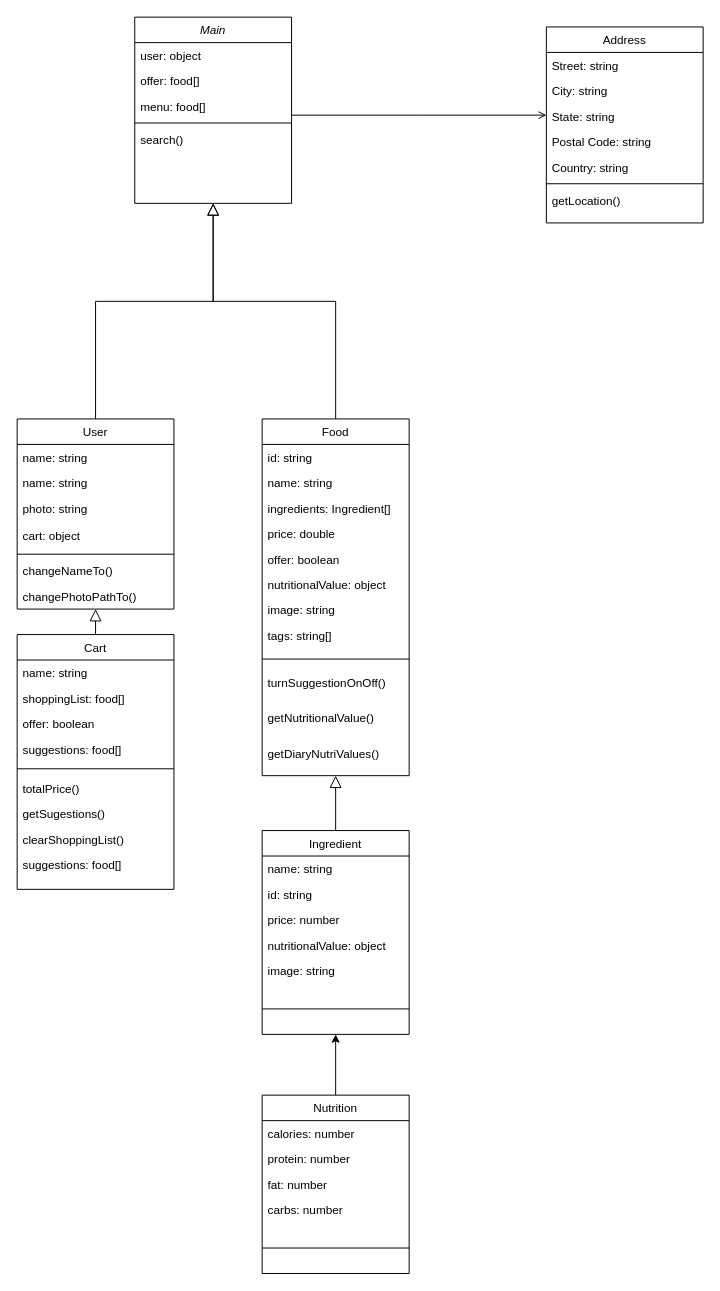
The draw.io diagram foodee/foodeeUML.drawio in TrezzeIohan/Foodee, before the edit. Source tidied: cells renumbered, new cells numbered last; positions are measured from the earlier drawing's top-left corner, leaving out a move shared by most shapes. Both pictures are drawn from the tidied source at 98%, with x=0, y=0 at pixel (17, -5).
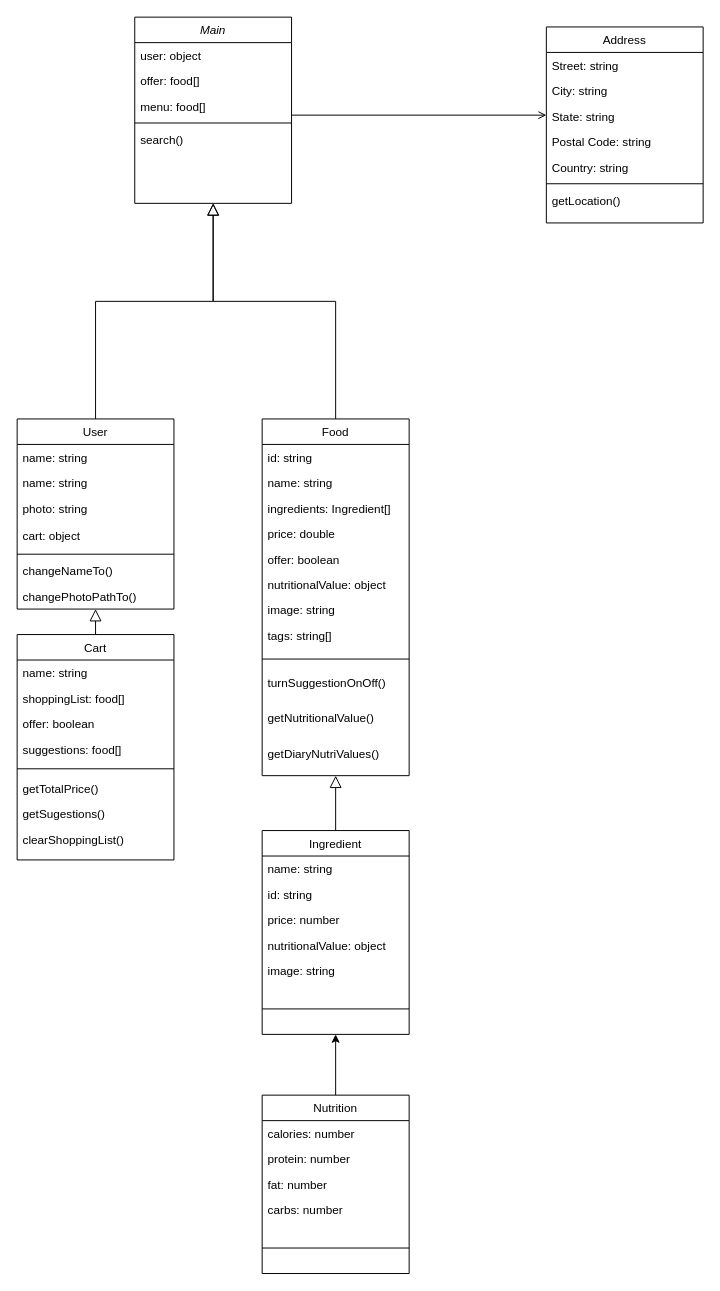
The same page after the edit.

Commit message (it also covers changes not shown here):
Some UML Diagram changes

Diff of the diagram source:
```diff
@@
     <mxCell id="39" value="Cart" style="swimlane;fontStyle=0;align=center;verticalAlign=top;horizontal=1;startSize=26;rounded=0;shadow=0;strokeWidth=1;labelBackgroundColor=none;" parent="1" vertex="1">
-      <mxGeometry y="652" width="160" height="260" as="geometry" />
+      <mxGeometry y="652" width="160" height="230" as="geometry" />
     </mxCell>
@@
-    <mxCell id="45" value="totalPrice()" style="text;align=left;verticalAlign=top;spacingLeft=4;spacingRight=4;overflow=hidden;labelBackgroundColor=none;" parent="39" vertex="1">
+    <mxCell id="45" value="getTotalPrice()" style="text;align=left;verticalAlign=top;spacingLeft=4;spacingRight=4;overflow=hidden;labelBackgroundColor=none;" parent="39" vertex="1">
       <mxGeometry y="144" width="160" height="26" as="geometry" />
     </mxCell>
@@
-    <mxCell id="48" value="suggestions: food[]" style="text;align=left;verticalAlign=top;spacingLeft=4;spacingRight=4;overflow=hidden;rounded=0;shadow=0;html=0;labelBackgroundColor=none;" parent="39" vertex="1">
-      <mxGeometry y="222" width="160" height="26" as="geometry" />
-    </mxCell>
```
